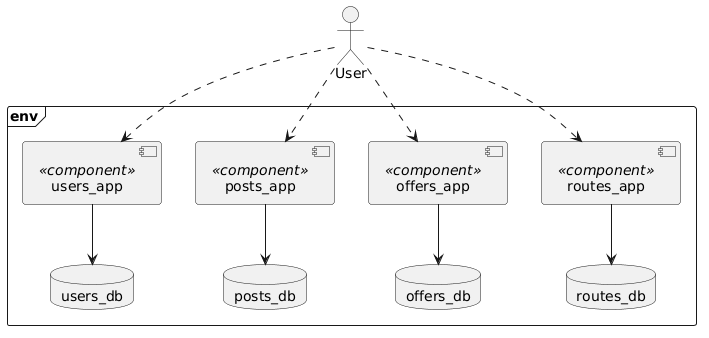
Earlier version of the PlantUML export docs/diagrams/components.png (PedroTrujilloV/CloudNativeComputingSharedSuitcaseApp).
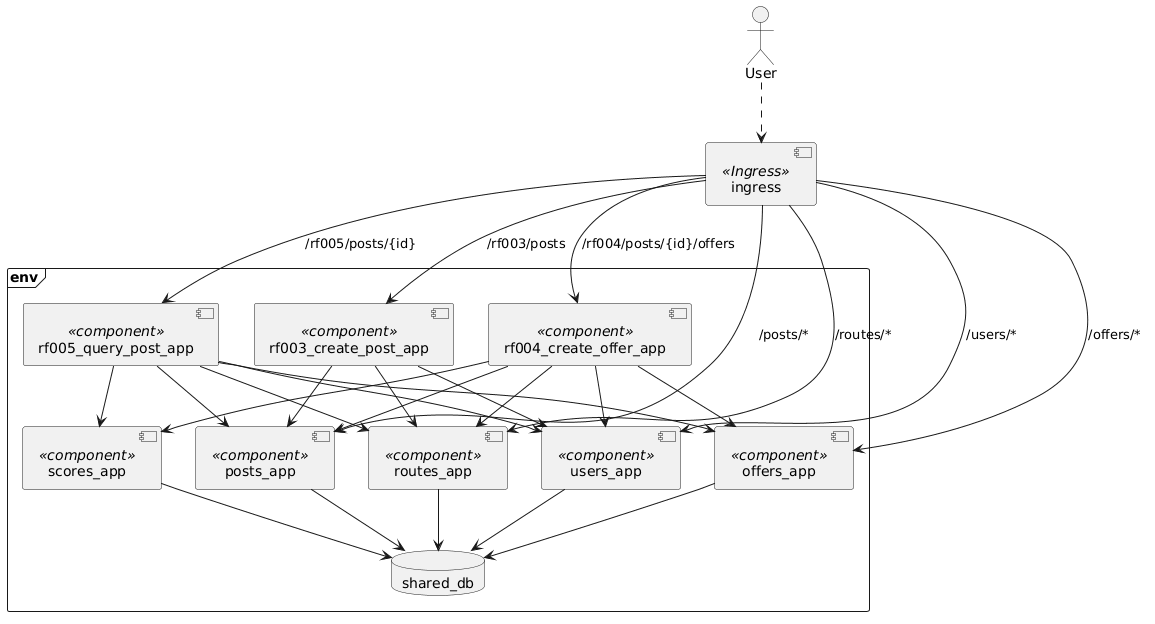
Above is the later version.

What changed in the source:
```diff
@@ -2,26 +2,52 @@
 
 actor "User" as User
 
+component "ingress" as Ingress <<Ingress>>
+
 frame "env" {
+
+  component "rf003_create_post_app" as RF003App <<component>>
+  component "rf004_create_offer_app" as RF004App <<component>>
+  component "rf005_query_post_app" as RF005App <<component>>
+
   component "users_app" as UsersApp <<component>>
   component "posts_app" as PostsApp <<component>>
   component "offers_app" as OffersApp <<component>>
   component "routes_app" as RoutesApp <<component>>
+  component "scores_app" as ScoresApp <<component>>
 
-  database "users_db" as UsersDb
-  database "posts_db" as PostsDb
-  database "offers_db" as OffersDb
-  database "routes_db" as RoutesDb
+  database "shared_db" as SharedDb
 
-  UsersApp --> UsersDb
-  PostsApp --> PostsDb
-  OffersApp --> OffersDb
-  RoutesApp --> RoutesDb
+  UsersApp --> SharedDb
+  PostsApp --> SharedDb
+  OffersApp --> SharedDb
+  RoutesApp --> SharedDb
+  ScoresApp --> SharedDb
+
+  RF003App --> UsersApp
+  RF003App --> RoutesApp
+  RF003App --> PostsApp
+
+  RF004App --> UsersApp
+  RF004App --> PostsApp
+  RF004App --> RoutesApp
+  RF004App --> OffersApp
+  RF004App --> ScoresApp
+
+  RF005App --> UsersApp
+  RF005App --> PostsApp
+  RF005App --> RoutesApp
+  RF005App --> OffersApp
+  RF005App --> ScoresApp
 }
 
-User ..> UsersApp
-User ..> PostsApp
-User ..> OffersApp
-User ..> RoutesApp
+User ..> Ingress
+Ingress --> RF003App : "/rf003/posts"
+Ingress --> RF004App : "/rf004/posts/{id}/offers"
+Ingress --> RF005App : "/rf005/posts/{id}"
+Ingress --> UsersApp : "/users/*"
+Ingress --> PostsApp : "/posts/*"
+Ingress --> OffersApp : "/offers/*"
+Ingress --> RoutesApp : "/routes/*"
 
 @enduml
```
